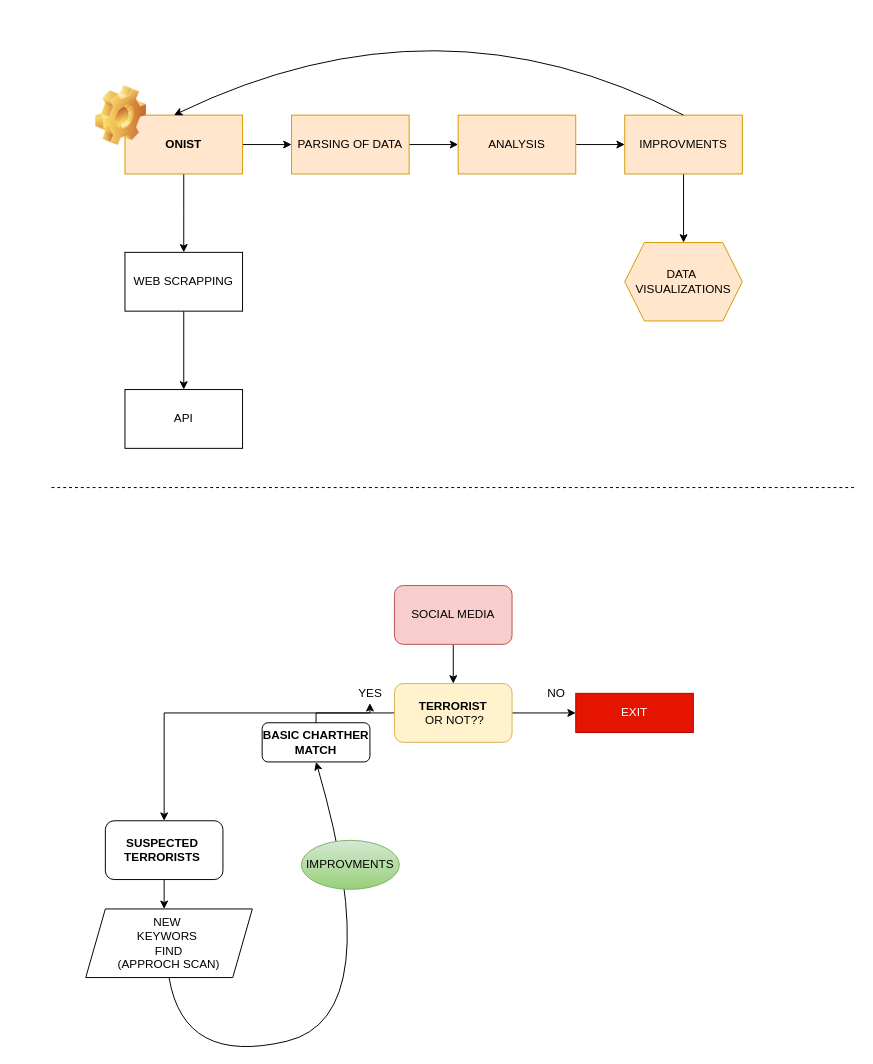
gamingflexer/flutter-beginners-tutorial keeps this draw.io diagram as page "BASIC MODEL" (2 of 5) of Untitled Diagram.drawio. Above is the earlier version. Source tidied: cells renumbered, new cells numbered last; positions are measured from the earlier drawing's top-left corner, leaving out a move shared by most shapes. Both pictures are drawn from the tidied source at 98%, with x=0, y=0 at pixel (51, -13).
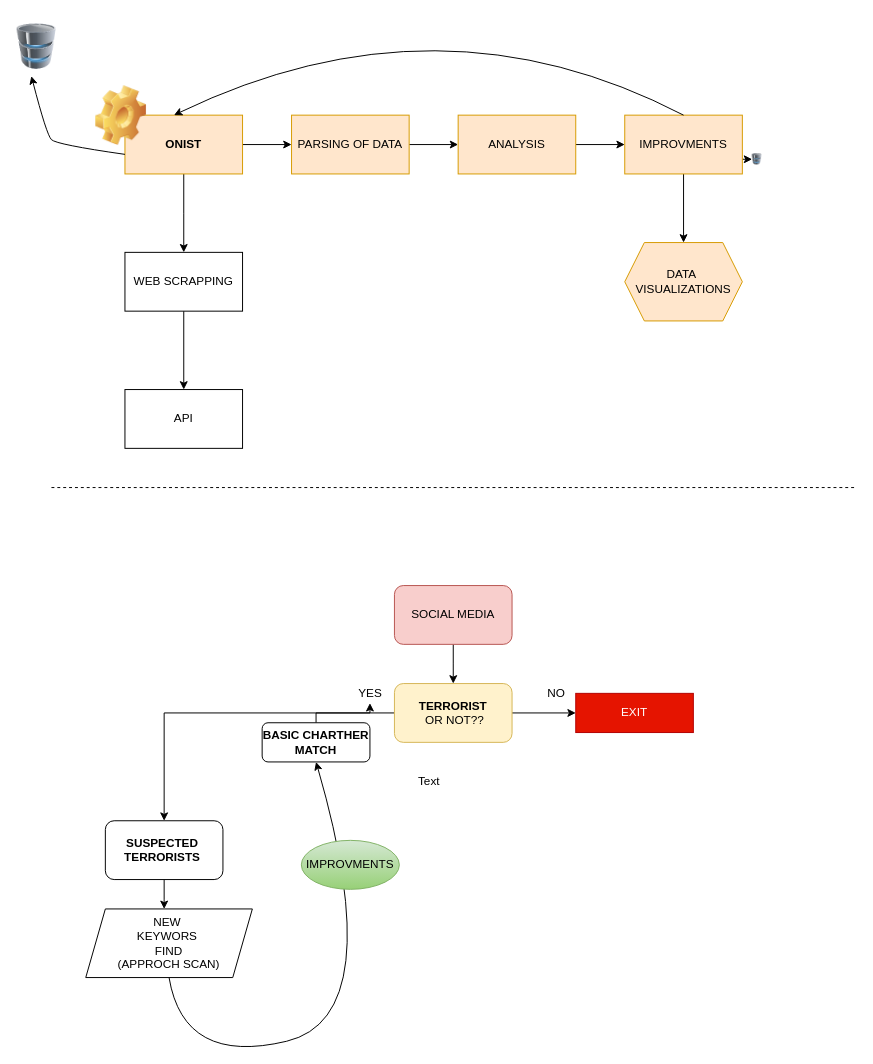
Above is the later version.

Unchanged cells that the change refers to:
```xml
<mxCell id="6" value="&lt;b&gt;ONIST&lt;/b&gt;" style="rounded=0;whiteSpace=wrap;html=1;fillColor=#ffe6cc;strokeColor=#d79b00;" parent="1" vertex="1">
  <mxGeometry x="75" y="130" width="120" height="60" as="geometry" />
</mxCell>
<mxCell id="14" value="IMPROVMENTS" style="whiteSpace=wrap;html=1;rounded=0;strokeColor=#d79b00;fillColor=#ffe6cc;" parent="1" vertex="1">
  <mxGeometry x="585" y="130" width="120" height="60" as="geometry" />
</mxCell>
```

What changed in the source:
```diff
@@
+    <mxCell id="33" style="edgeStyle=orthogonalEdgeStyle;rounded=0;jettySize=auto;html=1;exitX=1;exitY=0.75;exitDx=0;exitDy=0;entryX=0;entryY=0.5;entryDx=0;entryDy=0;" parent="1" edge="1" source="14" target="36">
+      <mxGeometry relative="1" as="geometry" />
+    </mxCell>
@@
+    <mxCell id="34" style="image;html=1;image=img/lib/clip_art/computers/Database_128x128.png;gradientColor=none;" parent="1" vertex="1">
+      <mxGeometry x="-35" y="30" width="40" height="60" as="geometry" />
+    </mxCell>
+    <mxCell id="35" style="curved=1;endArrow=classic;html=1;exitX=0;exitY=0.667;exitDx=0;exitDy=0;exitPerimeter=0;entryX=0.363;entryY=1.003;entryDx=0;entryDy=0;entryPerimeter=0;" parent="1" edge="1" source="6" target="34">
+      <mxGeometry relative="1" as="geometry">
+        <Array as="points">
+          <mxPoint x="5" y="160" />
+          <mxPoint x="-5" y="150" />
+        </Array>
+      </mxGeometry>
+    </mxCell>
+    <mxCell id="36" style="image;html=1;image=img/lib/clip_art/computers/Database_128x128.png;gradientColor=none;" parent="1" vertex="1">
+      <mxGeometry x="715" y="160" width="10" height="30" as="geometry" />
+    </mxCell>
+    <mxCell id="37" value="Text" style="text;html=1;align=center;verticalAlign=middle;strokeColor=none;fillColor=none;" parent="1" vertex="1">
+      <mxGeometry x="365" y="800" width="40" height="20" as="geometry" />
+    </mxCell>
```
